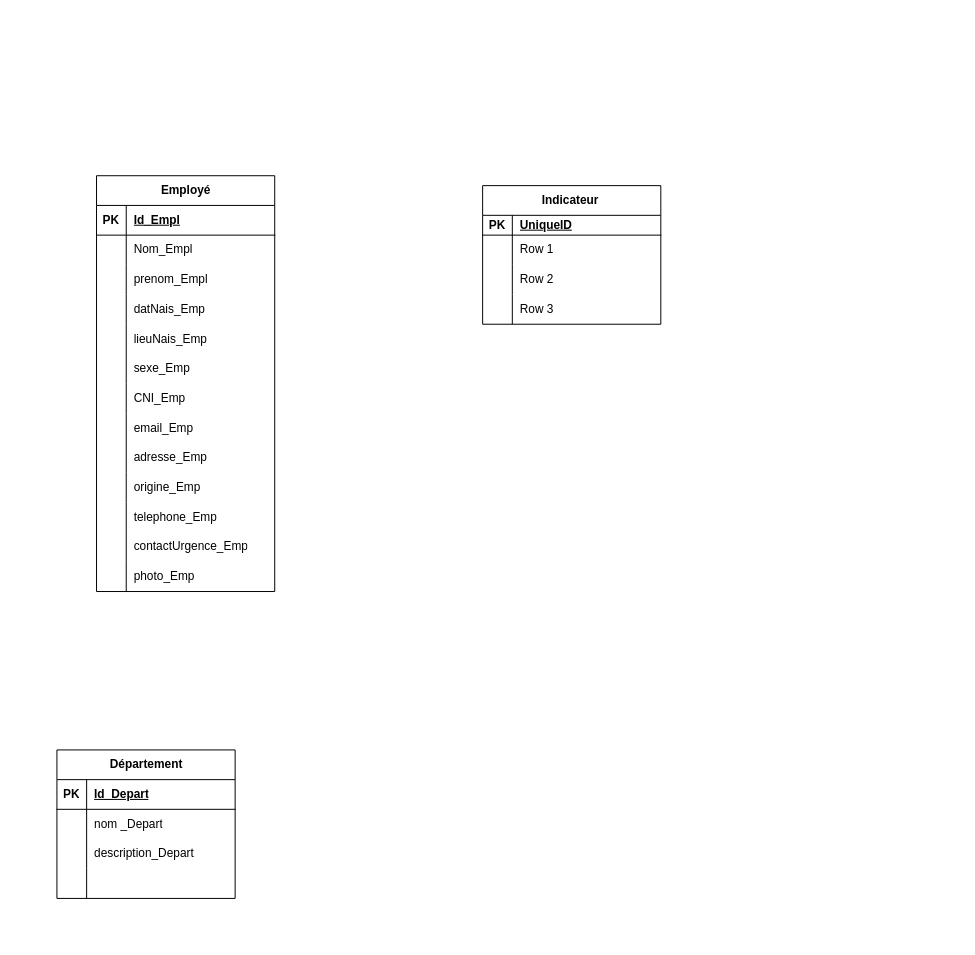
Before: MCD.drawio in DylanTigo/sitemap_retentionPro, a draw.io diagram. Source tidied: cells renumbered, new cells numbered last; positions are measured from the earlier drawing's top-left corner, leaving out a move shared by most shapes. Both pictures are drawn from the tidied source at 99%, with x=0, y=0 at pixel (56, 175).
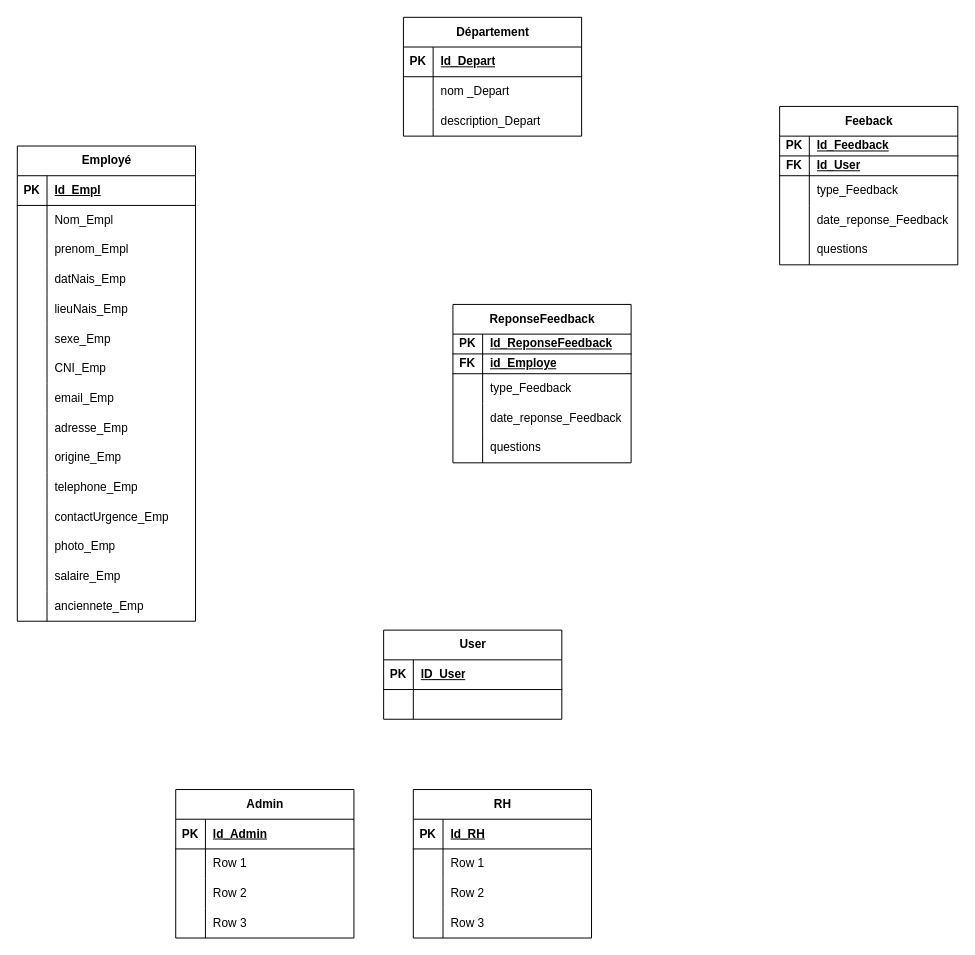
The same page after the edit.

Commit message (it also covers changes not shown here):
Mettre à jour MCD.drawio

Unchanged cells that the change refers to:
```xml
<mxCell id="56" style="shape=tableRow;horizontal=0;startSize=0;swimlaneHead=0;swimlaneBody=0;fillColor=none;top=0;left=0;right=0;bottom=1;" parent="55" vertex="1">
  <mxGeometry y="30" width="180" height="20" as="geometry" />
</mxCell>
```

Diff of the diagram source:
```diff
@@
     <mxCell id="2" value="Employé" style="shape=table;startSize=30;childLayout=tableLayout;rowLines=0;fontStyle=1;align=center;html=1;" parent="1" vertex="1">
-      <mxGeometry x="40" width="180" height="420" as="geometry" />
+      <mxGeometry x="-40" y="-30" width="180" height="480" as="geometry" />
     </mxCell>
@@
+    <mxCell id="68" style="shape=tableRow;horizontal=0;startSize=0;swimlaneHead=0;swimlaneBody=0;fillColor=none;top=0;left=0;right=0;bottom=0;" parent="2" vertex="1">
+      <mxGeometry y="420" width="180" height="30" as="geometry" />
+    </mxCell>
+    <mxCell id="69" style="shape=partialRectangle;fillColor=none;top=0;left=0;bottom=0;right=0;overflow=hidden;whiteSpace=wrap;html=1;" parent="68" vertex="1">
+      <mxGeometry width="30" height="30" as="geometry" />
+    </mxCell>
+    <mxCell id="70" value="salaire_Emp" style="shape=partialRectangle;fillColor=none;top=0;left=0;bottom=0;right=0;align=left;spacingLeft=6;overflow=hidden;whiteSpace=wrap;html=1;" parent="68" vertex="1">
+      <mxGeometry x="30" width="150" height="30" as="geometry" />
+    </mxCell>
+    <mxCell id="71" style="shape=tableRow;horizontal=0;startSize=0;swimlaneHead=0;swimlaneBody=0;fillColor=none;top=0;left=0;right=0;bottom=0;" parent="2" vertex="1">
+      <mxGeometry y="450" width="180" height="30" as="geometry" />
+    </mxCell>
+    <mxCell id="72" style="shape=partialRectangle;fillColor=none;top=0;left=0;bottom=0;right=0;overflow=hidden;whiteSpace=wrap;html=1;" parent="71" vertex="1">
+      <mxGeometry width="30" height="30" as="geometry" />
+    </mxCell>
+    <mxCell id="73" value="anciennete_Emp" style="shape=partialRectangle;fillColor=none;top=0;left=0;bottom=0;right=0;align=left;spacingLeft=6;overflow=hidden;whiteSpace=wrap;html=1;" parent="71" vertex="1">
+      <mxGeometry x="30" width="150" height="30" as="geometry" />
+    </mxCell>
     <mxCell id="42" value="Département" style="shape=table;startSize=30;childLayout=tableLayout;rowLines=0;fontStyle=1;align=center;html=1;" parent="1" vertex="1">
-      <mxGeometry y="580" width="180" height="150" as="geometry" />
+      <mxGeometry x="350" y="-160" width="180" height="120" as="geometry" />
     </mxCell>
@@
-    <mxCell id="52" style="shape=tableRow;horizontal=0;startSize=0;swimlaneHead=0;swimlaneBody=0;fillColor=none;top=0;left=0;right=0;bottom=0;" parent="42" vertex="1">
-      <mxGeometry y="120" width="180" height="30" as="geometry" />
-    </mxCell>
-    <mxCell id="53" style="shape=partialRectangle;fillColor=none;top=0;left=0;bottom=0;right=0;overflow=hidden;whiteSpace=wrap;html=1;" parent="52" vertex="1">
-      <mxGeometry width="30" height="30" as="geometry" />
-    </mxCell>
-    <mxCell id="54" style="shape=partialRectangle;fillColor=none;top=0;left=0;bottom=0;right=0;align=left;spacingLeft=6;overflow=hidden;whiteSpace=wrap;html=1;" parent="52" vertex="1">
-      <mxGeometry x="30" width="150" height="30" as="geometry" />
-    </mxCell>
-    <mxCell id="55" value="Indicateur&amp;nbsp;" style="shape=table;startSize=30;childLayout=tableLayout;rowLines=0;fontStyle=1;align=center;html=1;" parent="1" vertex="1">
-      <mxGeometry x="430" y="10" width="180" height="140" as="geometry" />
+    <mxCell id="55" value="Feeback" style="shape=table;startSize=30;childLayout=tableLayout;rowLines=0;fontStyle=1;align=center;html=1;" parent="1" vertex="1">
+      <mxGeometry x="730" y="-70" width="180" height="160" as="geometry" />
     </mxCell>
@@
-    <mxCell id="58" value="UniqueID" style="shape=partialRectangle;fillColor=none;top=0;left=0;bottom=0;right=0;align=left;spacingLeft=6;fontStyle=5;overflow=hidden;whiteSpace=wrap;html=1;" parent="56" vertex="1">
+    <mxCell id="58" value="Id_Feedback" style="shape=partialRectangle;fillColor=none;top=0;left=0;bottom=0;right=0;align=left;spacingLeft=6;fontStyle=5;overflow=hidden;whiteSpace=wrap;html=1;" parent="56" vertex="1">
       <mxGeometry x="30" width="150" height="20" as="geometry" />
     </mxCell>
+    <mxCell id="74" style="shape=tableRow;horizontal=0;startSize=0;swimlaneHead=0;swimlaneBody=0;fillColor=none;top=0;left=0;right=0;bottom=1;" parent="55" vertex="1">
+      <mxGeometry y="50" width="180" height="20" as="geometry" />
+    </mxCell>
+    <mxCell id="75" value="FK" style="shape=partialRectangle;fillColor=none;top=0;left=0;bottom=0;right=0;fontStyle=1;overflow=hidden;whiteSpace=wrap;html=1;" parent="74" vertex="1">
+      <mxGeometry width="30" height="20" as="geometry" />
+    </mxCell>
+    <mxCell id="76" value="Id_User" style="shape=partialRectangle;fillColor=none;top=0;left=0;bottom=0;right=0;align=left;spacingLeft=6;fontStyle=5;overflow=hidden;whiteSpace=wrap;html=1;" parent="74" vertex="1">
+      <mxGeometry x="30" width="150" height="20" as="geometry" />
+    </mxCell>
     <mxCell id="59" style="shape=tableRow;horizontal=0;startSize=0;swimlaneHead=0;swimlaneBody=0;fillColor=none;top=0;left=0;right=0;bottom=0;" parent="55" vertex="1">
-      <mxGeometry y="50" width="180" height="30" as="geometry" />
+      <mxGeometry y="70" width="180" height="30" as="geometry" />
     </mxCell>
@@
-    <mxCell id="61" value="Row 1" style="shape=partialRectangle;fillColor=none;top=0;left=0;bottom=0;right=0;align=left;spacingLeft=6;overflow=hidden;whiteSpace=wrap;html=1;" parent="59" vertex="1">
+    <mxCell id="61" value="type_Feedback" style="shape=partialRectangle;fillColor=none;top=0;left=0;bottom=0;right=0;align=left;spacingLeft=6;overflow=hidden;whiteSpace=wrap;html=1;" parent="59" vertex="1">
       <mxGeometry x="30" width="150" height="30" as="geometry" />
     </mxCell>
-    <mxCell id="62" style="shape=tableRow;horizontal=0;startSize=0;swimlaneHead=0;swimlaneBody=0;fillColor=none;top=0;left=0;right=0;bottom=0;" parent="55" vertex="1">
-      <mxGeometry y="80" width="180" height="30" as="geometry" />
-    </mxCell>
-    <mxCell id="63" style="shape=partialRectangle;fillColor=none;top=0;left=0;bottom=0;right=0;overflow=hidden;whiteSpace=wrap;html=1;" parent="62" vertex="1">
-      <mxGeometry width="30" height="30" as="geometry" />
-    </mxCell>
-    <mxCell id="64" value="Row 2" style="shape=partialRectangle;fillColor=none;top=0;left=0;bottom=0;right=0;align=left;spacingLeft=6;overflow=hidden;whiteSpace=wrap;html=1;" parent="62" vertex="1">
-      <mxGeometry x="30" width="150" height="30" as="geometry" />
-    </mxCell>
-    <mxCell id="65" style="shape=tableRow;horizontal=0;startSize=0;swimlaneHead=0;swimlaneBody=0;fillColor=none;top=0;left=0;right=0;bottom=0;" parent="55" vertex="1">
-      <mxGeometry y="110" width="180" height="30" as="geometry" />
-    </mxCell>
-    <mxCell id="66" style="shape=partialRectangle;fillColor=none;top=0;left=0;bottom=0;right=0;overflow=hidden;whiteSpace=wrap;html=1;" parent="65" vertex="1">
-      <mxGeometry width="30" height="30" as="geometry" />
-    </mxCell>
-    <mxCell id="67" value="Row 3" style="shape=partialRectangle;fillColor=none;top=0;left=0;bottom=0;right=0;align=left;spacingLeft=6;overflow=hidden;whiteSpace=wrap;html=1;" parent="65" vertex="1">
-      <mxGeometry x="30" width="150" height="30" as="geometry" />
-    </mxCell>
+    <mxCell id="77" style="shape=tableRow;horizontal=0;startSize=0;swimlaneHead=0;swimlaneBody=0;fillColor=none;top=0;left=0;right=0;bottom=0;" parent="55" vertex="1">
+      <mxGeometry y="100" width="180" height="30" as="geometry" />
+    </mxCell>
+    <mxCell id="78" style="shape=partialRectangle;fillColor=none;top=0;left=0;bottom=0;right=0;overflow=hidden;whiteSpace=wrap;html=1;" parent="77" vertex="1">
+      <mxGeometry width="30" height="30" as="geometry" />
+    </mxCell>
+    <mxCell id="79" value="date_reponse_Feedback" style="shape=partialRectangle;fillColor=none;top=0;left=0;bottom=0;right=0;align=left;spacingLeft=6;overflow=hidden;whiteSpace=wrap;html=1;" parent="77" vertex="1">
+      <mxGeometry x="30" width="150" height="30" as="geometry" />
+    </mxCell>
+    <mxCell id="80" style="shape=tableRow;horizontal=0;startSize=0;swimlaneHead=0;swimlaneBody=0;fillColor=none;top=0;left=0;right=0;bottom=0;" parent="55" vertex="1">
+      <mxGeometry y="130" width="180" height="30" as="geometry" />
+    </mxCell>
+    <mxCell id="81" style="shape=partialRectangle;fillColor=none;top=0;left=0;bottom=0;right=0;overflow=hidden;whiteSpace=wrap;html=1;" parent="80" vertex="1">
+      <mxGeometry width="30" height="30" as="geometry" />
+    </mxCell>
+    <mxCell id="82" value="questions" style="shape=partialRectangle;fillColor=none;top=0;left=0;bottom=0;right=0;align=left;spacingLeft=6;overflow=hidden;whiteSpace=wrap;html=1;" parent="80" vertex="1">
+      <mxGeometry x="30" width="150" height="30" as="geometry" />
+    </mxCell>
+    <mxCell id="83" value="User" style="shape=table;startSize=30;childLayout=tableLayout;rowLines=0;fontStyle=1;align=center;html=1;" parent="1" vertex="1">
+      <mxGeometry x="330" y="459" width="180" height="90" as="geometry" />
+    </mxCell>
+    <mxCell id="84" style="shape=tableRow;horizontal=0;startSize=0;swimlaneHead=0;swimlaneBody=0;fillColor=none;top=0;left=0;right=0;bottom=1;" parent="83" vertex="1">
+      <mxGeometry y="30" width="180" height="30" as="geometry" />
+    </mxCell>
+    <mxCell id="85" value="PK" style="shape=partialRectangle;fillColor=none;top=0;left=0;bottom=0;right=0;fontStyle=1;overflow=hidden;whiteSpace=wrap;html=1;" parent="84" vertex="1">
+      <mxGeometry width="30" height="30" as="geometry" />
+    </mxCell>
+    <mxCell id="86" value="ID_User" style="shape=partialRectangle;fillColor=none;top=0;left=0;bottom=0;right=0;align=left;spacingLeft=6;fontStyle=5;overflow=hidden;whiteSpace=wrap;html=1;" parent="84" vertex="1">
+      <mxGeometry x="30" width="150" height="30" as="geometry" />
+    </mxCell>
+    <mxCell id="87" style="shape=tableRow;horizontal=0;startSize=0;swimlaneHead=0;swimlaneBody=0;fillColor=none;top=0;left=0;right=0;bottom=0;" parent="83" vertex="1">
+      <mxGeometry y="60" width="180" height="30" as="geometry" />
+    </mxCell>
+    <mxCell id="88" style="shape=partialRectangle;fillColor=none;top=0;left=0;bottom=0;right=0;overflow=hidden;whiteSpace=wrap;html=1;" parent="87" vertex="1">
+      <mxGeometry width="30" height="30" as="geometry" />
+    </mxCell>
+    <mxCell id="54" style="shape=partialRectangle;fillColor=none;top=0;left=0;bottom=0;right=0;align=left;spacingLeft=6;overflow=hidden;whiteSpace=wrap;html=1;" parent="87" vertex="1">
+      <mxGeometry x="30" width="150" height="30" as="geometry" />
+    </mxCell>
+    <mxCell id="89" value="ReponseFeedback" style="shape=table;startSize=30;childLayout=tableLayout;rowLines=0;fontStyle=1;align=center;html=1;" parent="1" vertex="1">
+      <mxGeometry x="400" y="130" width="180" height="160" as="geometry" />
+    </mxCell>
+    <mxCell id="90" style="shape=tableRow;horizontal=0;startSize=0;swimlaneHead=0;swimlaneBody=0;fillColor=none;top=0;left=0;right=0;bottom=1;" parent="89" vertex="1">
+      <mxGeometry y="30" width="180" height="20" as="geometry" />
+    </mxCell>
+    <mxCell id="91" value="PK" style="shape=partialRectangle;fillColor=none;top=0;left=0;bottom=0;right=0;fontStyle=1;overflow=hidden;whiteSpace=wrap;html=1;" parent="90" vertex="1">
+      <mxGeometry width="30" height="20" as="geometry" />
+    </mxCell>
+    <mxCell id="92" value="Id_&lt;span style=&quot;text-align: center; text-wrap: nowrap;&quot;&gt;ReponseFeedback&lt;/span&gt;" style="shape=partialRectangle;fillColor=none;top=0;left=0;bottom=0;right=0;align=left;spacingLeft=6;fontStyle=5;overflow=hidden;whiteSpace=wrap;html=1;" parent="90" vertex="1">
+      <mxGeometry x="30" width="150" height="20" as="geometry" />
+    </mxCell>
+    <mxCell id="93" style="shape=tableRow;horizontal=0;startSize=0;swimlaneHead=0;swimlaneBody=0;fillColor=none;top=0;left=0;right=0;bottom=1;" parent="89" vertex="1">
+      <mxGeometry y="50" width="180" height="20" as="geometry" />
+    </mxCell>
+    <mxCell id="94" value="FK" style="shape=partialRectangle;fillColor=none;top=0;left=0;bottom=0;right=0;fontStyle=1;overflow=hidden;whiteSpace=wrap;html=1;" parent="93" vertex="1">
+      <mxGeometry width="30" height="20" as="geometry" />
+    </mxCell>
+    <mxCell id="95" value="id_Employe" style="shape=partialRectangle;fillColor=none;top=0;left=0;bottom=0;right=0;align=left;spacingLeft=6;fontStyle=5;overflow=hidden;whiteSpace=wrap;html=1;" parent="93" vertex="1">
+      <mxGeometry x="30" width="150" height="20" as="geometry" />
+    </mxCell>
+    <mxCell id="96" style="shape=tableRow;horizontal=0;startSize=0;swimlaneHead=0;swimlaneBody=0;fillColor=none;top=0;left=0;right=0;bottom=0;" parent="89" vertex="1">
+      <mxGeometry y="70" width="180" height="30" as="geometry" />
+    </mxCell>
+    <mxCell id="97" style="shape=partialRectangle;fillColor=none;top=0;left=0;bottom=0;right=0;overflow=hidden;whiteSpace=wrap;html=1;" parent="96" vertex="1">
+      <mxGeometry width="30" height="30" as="geometry" />
+    </mxCell>
+    <mxCell id="98" value="type_Feedback" style="shape=partialRectangle;fillColor=none;top=0;left=0;bottom=0;right=0;align=left;spacingLeft=6;overflow=hidden;whiteSpace=wrap;html=1;" parent="96" vertex="1">
+      <mxGeometry x="30" width="150" height="30" as="geometry" />
+    </mxCell>
+    <mxCell id="99" style="shape=tableRow;horizontal=0;startSize=0;swimlaneHead=0;swimlaneBody=0;fillColor=none;top=0;left=0;right=0;bottom=0;" parent="89" vertex="1">
+      <mxGeometry y="100" width="180" height="30" as="geometry" />
+    </mxCell>
+    <mxCell id="100" style="shape=partialRectangle;fillColor=none;top=0;left=0;bottom=0;right=0;overflow=hidden;whiteSpace=wrap;html=1;" parent="99" vertex="1">
+      <mxGeometry width="30" height="30" as="geometry" />
+    </mxCell>
+    <mxCell id="101" value="date_reponse_Feedback" style="shape=partialRectangle;fillColor=none;top=0;left=0;bottom=0;right=0;align=left;spacingLeft=6;overflow=hidden;whiteSpace=wrap;html=1;" parent="99" vertex="1">
+      <mxGeometry x="30" width="150" height="30" as="geometry" />
+    </mxCell>
+    <mxCell id="102" style="shape=tableRow;horizontal=0;startSize=0;swimlaneHead=0;swimlaneBody=0;fillColor=none;top=0;left=0;right=0;bottom=0;" parent="89" vertex="1">
+      <mxGeometry y="130" width="180" height="30" as="geometry" />
+    </mxCell>
+    <mxCell id="103" style="shape=partialRectangle;fillColor=none;top=0;left=0;bottom=0;right=0;overflow=hidden;whiteSpace=wrap;html=1;" parent="102" vertex="1">
+      <mxGeometry width="30" height="30" as="geometry" />
+    </mxCell>
+    <mxCell id="104" value="questions" style="shape=partialRectangle;fillColor=none;top=0;left=0;bottom=0;right=0;align=left;spacingLeft=6;overflow=hidden;whiteSpace=wrap;html=1;" parent="102" vertex="1">
+      <mxGeometry x="30" width="150" height="30" as="geometry" />
+    </mxCell>
+    <mxCell id="105" value="Admin" style="shape=table;startSize=30;childLayout=tableLayout;rowLines=0;fontStyle=1;align=center;html=1;" parent="1" vertex="1">
+      <mxGeometry x="120" y="620" width="180" height="150" as="geometry" />
+    </mxCell>
+    <mxCell id="106" style="shape=tableRow;horizontal=0;startSize=0;swimlaneHead=0;swimlaneBody=0;fillColor=none;top=0;left=0;right=0;bottom=1;" parent="105" vertex="1">
+      <mxGeometry y="30" width="180" height="30" as="geometry" />
+    </mxCell>
+    <mxCell id="107" value="PK" style="shape=partialRectangle;fillColor=none;top=0;left=0;bottom=0;right=0;fontStyle=1;overflow=hidden;whiteSpace=wrap;html=1;" parent="106" vertex="1">
+      <mxGeometry width="30" height="30" as="geometry" />
+    </mxCell>
+    <mxCell id="108" value="Id_Admin" style="shape=partialRectangle;fillColor=none;top=0;left=0;bottom=0;right=0;align=left;spacingLeft=6;fontStyle=5;overflow=hidden;whiteSpace=wrap;html=1;" parent="106" vertex="1">
+      <mxGeometry x="30" width="150" height="30" as="geometry" />
+    </mxCell>
+    <mxCell id="109" style="shape=tableRow;horizontal=0;startSize=0;swimlaneHead=0;swimlaneBody=0;fillColor=none;top=0;left=0;right=0;bottom=0;" parent="105" vertex="1">
+      <mxGeometry y="60" width="180" height="30" as="geometry" />
+    </mxCell>
+    <mxCell id="110" style="shape=partialRectangle;fillColor=none;top=0;left=0;bottom=0;right=0;overflow=hidden;whiteSpace=wrap;html=1;" parent="109" vertex="1">
+      <mxGeometry width="30" height="30" as="geometry" />
+    </mxCell>
+    <mxCell id="111" value="Row 1" style="shape=partialRectangle;fillColor=none;top=0;left=0;bottom=0;right=0;align=left;spacingLeft=6;overflow=hidden;whiteSpace=wrap;html=1;" parent="109" vertex="1">
+      <mxGeometry x="30" width="150" height="30" as="geometry" />
+    </mxCell>
+    <mxCell id="112" style="shape=tableRow;horizontal=0;startSize=0;swimlaneHead=0;swimlaneBody=0;fillColor=none;top=0;left=0;right=0;bottom=0;" parent="105" vertex="1">
+      <mxGeometry y="90" width="180" height="30" as="geometry" />
+    </mxCell>
+    <mxCell id="113" style="shape=partialRectangle;fillColor=none;top=0;left=0;bottom=0;right=0;overflow=hidden;whiteSpace=wrap;html=1;" parent="112" vertex="1">
+      <mxGeometry width="30" height="30" as="geometry" />
+    </mxCell>
+    <mxCell id="114" value="Row 2" style="shape=partialRectangle;fillColor=none;top=0;left=0;bottom=0;right=0;align=left;spacingLeft=6;overflow=hidden;whiteSpace=wrap;html=1;" parent="112" vertex="1">
+      <mxGeometry x="30" width="150" height="30" as="geometry" />
+    </mxCell>
+    <mxCell id="115" style="shape=tableRow;horizontal=0;startSize=0;swimlaneHead=0;swimlaneBody=0;fillColor=none;top=0;left=0;right=0;bottom=0;" parent="105" vertex="1">
+      <mxGeometry y="120" width="180" height="30" as="geometry" />
+    </mxCell>
+    <mxCell id="116" style="shape=partialRectangle;fillColor=none;top=0;left=0;bottom=0;right=0;overflow=hidden;whiteSpace=wrap;html=1;" parent="115" vertex="1">
+      <mxGeometry width="30" height="30" as="geometry" />
+    </mxCell>
+    <mxCell id="117" value="Row 3" style="shape=partialRectangle;fillColor=none;top=0;left=0;bottom=0;right=0;align=left;spacingLeft=6;overflow=hidden;whiteSpace=wrap;html=1;" parent="115" vertex="1">
+      <mxGeometry x="30" width="150" height="30" as="geometry" />
+    </mxCell>
+    <mxCell id="118" value="RH" style="shape=table;startSize=30;childLayout=tableLayout;rowLines=0;fontStyle=1;align=center;html=1;" parent="1" vertex="1">
+      <mxGeometry x="360" y="620" width="180" height="150" as="geometry" />
+    </mxCell>
+    <mxCell id="119" style="shape=tableRow;horizontal=0;startSize=0;swimlaneHead=0;swimlaneBody=0;fillColor=none;top=0;left=0;right=0;bottom=1;" parent="118" vertex="1">
+      <mxGeometry y="30" width="180" height="30" as="geometry" />
+    </mxCell>
+    <mxCell id="120" value="PK" style="shape=partialRectangle;fillColor=none;top=0;left=0;bottom=0;right=0;fontStyle=1;overflow=hidden;whiteSpace=wrap;html=1;" parent="119" vertex="1">
+      <mxGeometry width="30" height="30" as="geometry" />
+    </mxCell>
+    <mxCell id="121" value="Id_RH" style="shape=partialRectangle;fillColor=none;top=0;left=0;bottom=0;right=0;align=left;spacingLeft=6;fontStyle=5;overflow=hidden;whiteSpace=wrap;html=1;" parent="119" vertex="1">
+      <mxGeometry x="30" width="150" height="30" as="geometry" />
+    </mxCell>
+    <mxCell id="122" style="shape=tableRow;horizontal=0;startSize=0;swimlaneHead=0;swimlaneBody=0;fillColor=none;top=0;left=0;right=0;bottom=0;" parent="118" vertex="1">
+      <mxGeometry y="60" width="180" height="30" as="geometry" />
+    </mxCell>
+    <mxCell id="123" style="shape=partialRectangle;fillColor=none;top=0;left=0;bottom=0;right=0;overflow=hidden;whiteSpace=wrap;html=1;" parent="122" vertex="1">
+      <mxGeometry width="30" height="30" as="geometry" />
+    </mxCell>
+    <mxCell id="124" value="Row 1" style="shape=partialRectangle;fillColor=none;top=0;left=0;bottom=0;right=0;align=left;spacingLeft=6;overflow=hidden;whiteSpace=wrap;html=1;" parent="122" vertex="1">
+      <mxGeometry x="30" width="150" height="30" as="geometry" />
+    </mxCell>
+    <mxCell id="125" style="shape=tableRow;horizontal=0;startSize=0;swimlaneHead=0;swimlaneBody=0;fillColor=none;top=0;left=0;right=0;bottom=0;" parent="118" vertex="1">
+      <mxGeometry y="90" width="180" height="30" as="geometry" />
+    </mxCell>
+    <mxCell id="126" style="shape=partialRectangle;fillColor=none;top=0;left=0;bottom=0;right=0;overflow=hidden;whiteSpace=wrap;html=1;" parent="125" vertex="1">
+      <mxGeometry width="30" height="30" as="geometry" />
+    </mxCell>
+    <mxCell id="127" value="Row 2" style="shape=partialRectangle;fillColor=none;top=0;left=0;bottom=0;right=0;align=left;spacingLeft=6;overflow=hidden;whiteSpace=wrap;html=1;" parent="125" vertex="1">
+      <mxGeometry x="30" width="150" height="30" as="geometry" />
+    </mxCell>
+    <mxCell id="128" style="shape=tableRow;horizontal=0;startSize=0;swimlaneHead=0;swimlaneBody=0;fillColor=none;top=0;left=0;right=0;bottom=0;" parent="118" vertex="1">
+      <mxGeometry y="120" width="180" height="30" as="geometry" />
+    </mxCell>
+    <mxCell id="129" style="shape=partialRectangle;fillColor=none;top=0;left=0;bottom=0;right=0;overflow=hidden;whiteSpace=wrap;html=1;" parent="128" vertex="1">
+      <mxGeometry width="30" height="30" as="geometry" />
+    </mxCell>
+    <mxCell id="130" value="Row 3" style="shape=partialRectangle;fillColor=none;top=0;left=0;bottom=0;right=0;align=left;spacingLeft=6;overflow=hidden;whiteSpace=wrap;html=1;" parent="128" vertex="1">
+      <mxGeometry x="30" width="150" height="30" as="geometry" />
+    </mxCell>
```
